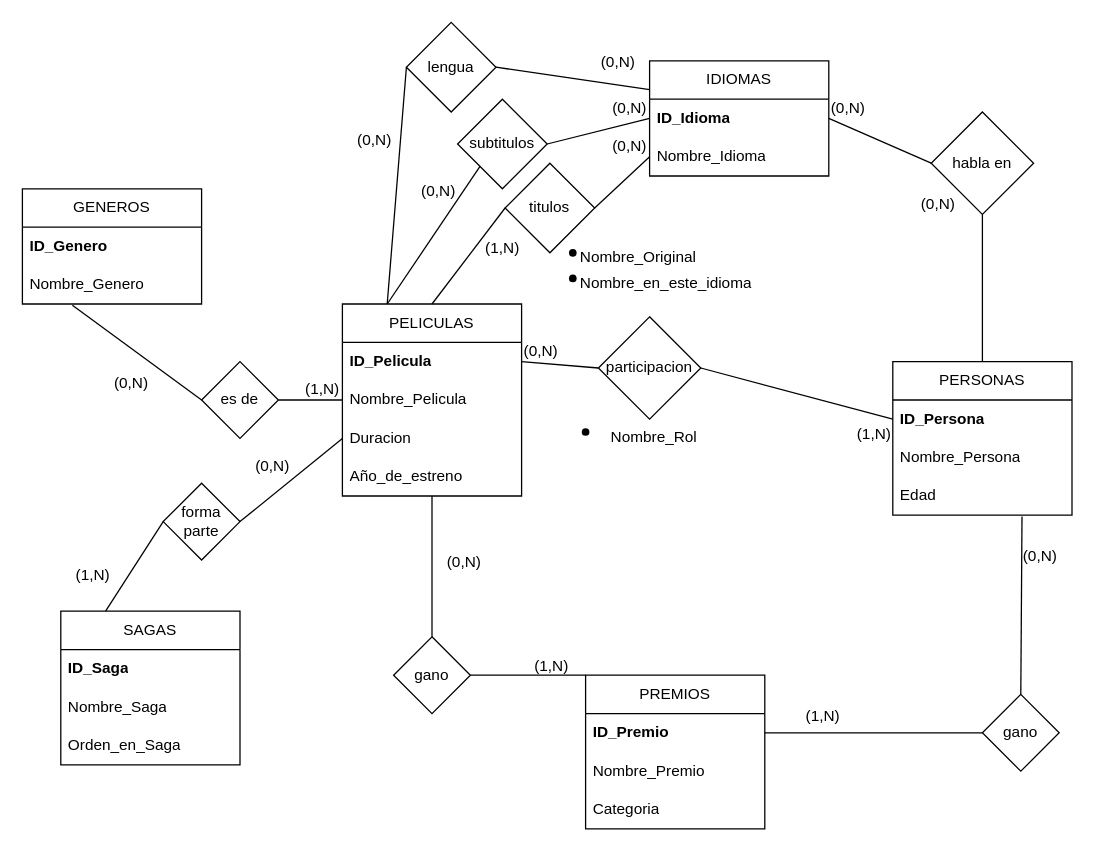
The draw.io diagram 11-Repaso/omdb.drawio in kolodani/AUS_Base_de_datos, before the edit. Source tidied: cells renumbered, new cells numbered last; positions are measured from the earlier drawing's top-left corner, leaving out a move shared by most shapes. Both pictures are drawn from the tidied source at 128%, with x=0, y=0 at pixel (22, 22).
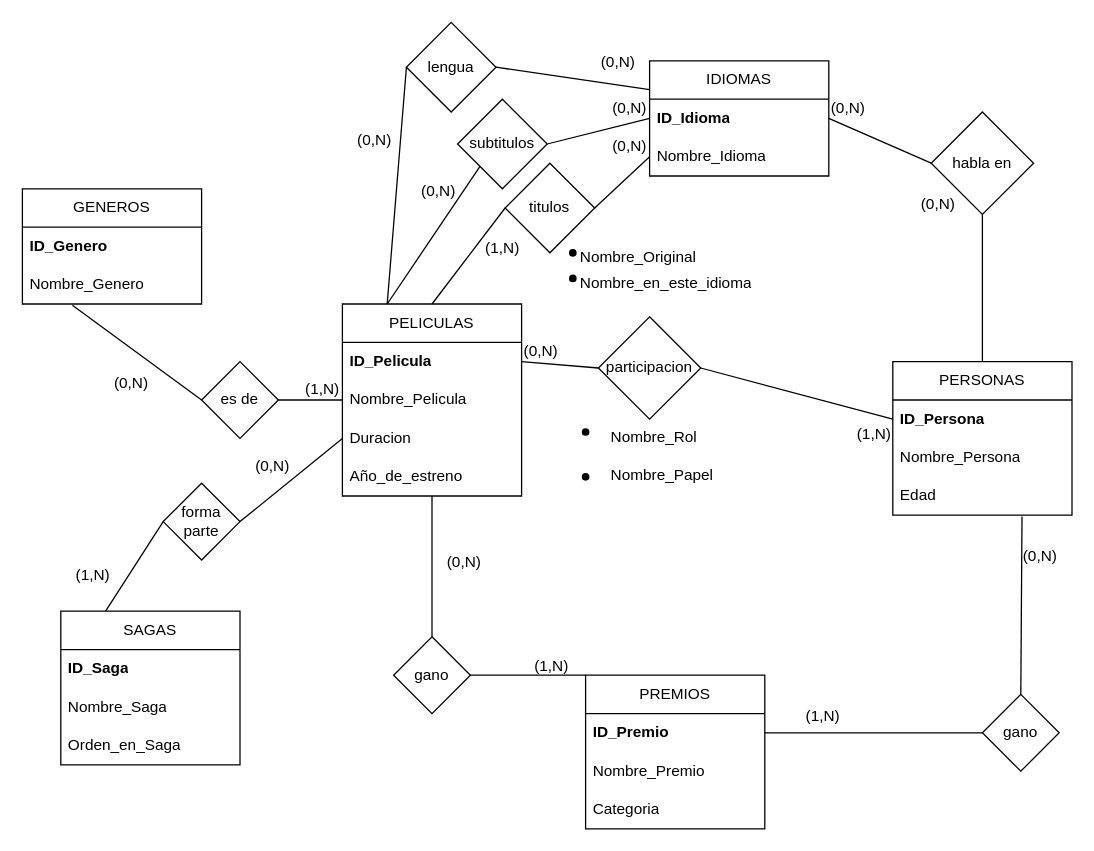
After the change.

Commit message:
agrego Nombre_papel para cumplir la consigna

Change to the diagram source:
```diff
@@
+    <mxCell id="78" style="group;" parent="1" vertex="1">
+      <mxGeometry x="446.2" y="340" width="113.8" height="30" as="geometry" />
+    </mxCell>
+    <mxCell id="79" value="Nombre_Papel" style="text;strokeColor=none;fillColor=none;spacingLeft=4;spacingRight=4;overflow=hidden;fontSize=12;whiteSpace=wrap;html=1;" parent="78" vertex="1">
+      <mxGeometry x="7.7" width="93.7" height="30" as="geometry" />
+    </mxCell>
+    <mxCell id="80" style="shape=waypoint;sketch=0;fillStyle=solid;size=6;fillColor=none;perimeter=centerPerimeter;" parent="1" vertex="1">
+      <mxGeometry x="430" y="345" width="20" height="20" as="geometry" />
+    </mxCell>
```
